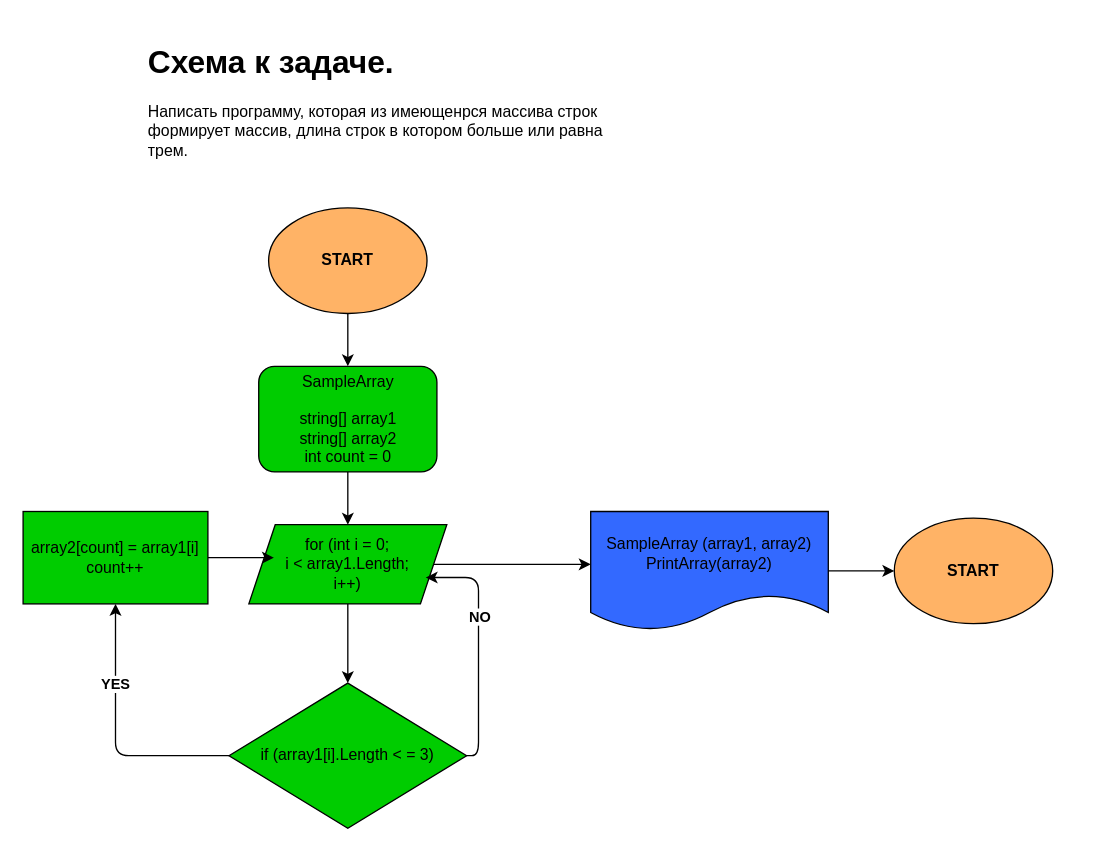
The draw.io diagram task_C#_code/scheme.drawio in cute-sock/Q1_test_EMakarova, before the edit. Source tidied: cells renumbered, new cells numbered last; positions are measured from the earlier drawing's top-left corner, leaving out a move shared by most shapes. Both pictures are drawn from the tidied source at 132%, with x=0, y=0 at pixel (22, 36).
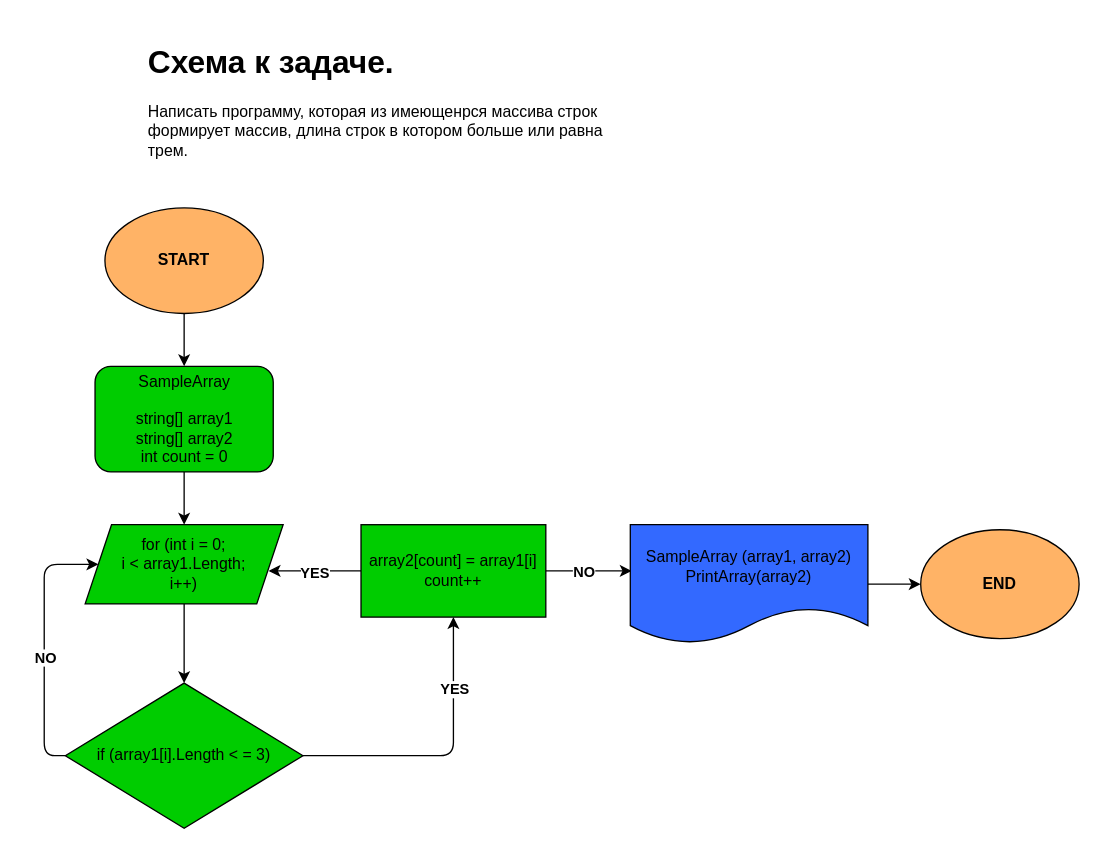
After the change.

Commit message (it also covers changes not shown here):
scheme backing the code - ver.2

The edit, as a diff of the source:
```diff
@@
     <mxCell id="3" style="edgeStyle=none;html=1;exitX=0.5;exitY=1;exitDx=0;exitDy=0;" parent="1" edge="1" source="4">
       <mxGeometry relative="1" as="geometry">
-        <mxPoint x="246" y="250" as="targetPoint" />
+        <mxPoint x="122" y="250" as="targetPoint" />
       </mxGeometry>
     </mxCell>
     <mxCell id="4" value="&lt;b&gt;START&lt;/b&gt;" style="ellipse;whiteSpace=wrap;html=1;fillColor=#FFB366;" parent="1" vertex="1">
-      <mxGeometry x="186" y="130" width="120" height="80" as="geometry" />
+      <mxGeometry x="62" y="130" width="120" height="80" as="geometry" />
     </mxCell>
     <mxCell id="5" style="edgeStyle=none;html=1;exitX=0.5;exitY=1;exitDx=0;exitDy=0;" parent="1" edge="1" source="6">
       <mxGeometry relative="1" as="geometry">
-        <mxPoint x="246" y="370" as="targetPoint" />
+        <mxPoint x="122" y="370" as="targetPoint" />
         <Array as="points">
-          <mxPoint x="246" y="350" />
+          <mxPoint x="122" y="350" />
         </Array>
       </mxGeometry>
     </mxCell>
     <mxCell id="6" value="SampleArray&lt;br&gt;&lt;br&gt;string[] array1&lt;br&gt;string[] array2&lt;br&gt;int count = 0" style="rounded=1;whiteSpace=wrap;html=1;fillColor=#00CC00;" parent="1" vertex="1">
-      <mxGeometry x="178.5" y="250" width="135" height="80" as="geometry" />
+      <mxGeometry x="54.5" y="250" width="135" height="80" as="geometry" />
     </mxCell>
     <mxCell id="7" style="edgeStyle=none;html=1;exitX=0.5;exitY=1;exitDx=0;exitDy=0;" parent="1" edge="1" source="9">
       <mxGeometry relative="1" as="geometry">
-        <mxPoint x="246" y="490" as="targetPoint" />
+        <mxPoint x="122" y="490" as="targetPoint" />
       </mxGeometry>
     </mxCell>
-    <mxCell id="8" style="edgeStyle=none;html=1;exitX=1;exitY=0.5;exitDx=0;exitDy=0;shadow=0;" parent="1" edge="1" source="9">
-      <mxGeometry relative="1" as="geometry">
-        <mxPoint x="430" y="400" as="targetPoint" />
-      </mxGeometry>
-    </mxCell>
     <mxCell id="9" value="for (int i = 0;&lt;br&gt;i &amp;lt; array1.Length;&lt;br&gt;i++)" style="shape=parallelogram;perimeter=parallelogramPerimeter;whiteSpace=wrap;html=1;fixedSize=1;fillColor=#00CC00;" parent="1" vertex="1">
-      <mxGeometry x="171" y="370" width="150" height="60" as="geometry" />
+      <mxGeometry x="47" y="370" width="150" height="60" as="geometry" />
     </mxCell>
-    <mxCell id="10" style="edgeStyle=none;html=1;shadow=0;" parent="1" edge="1">
+    <mxCell id="10" style="edgeStyle=none;html=1;shadow=0;entryX=0;entryY=0.5;entryDx=0;entryDy=0;exitX=0;exitY=0.5;exitDx=0;exitDy=0;" parent="1" edge="1" source="14" target="9">
       <mxGeometry relative="1" as="geometry">
-        <mxPoint x="335" y="545" as="sourcePoint" />
-        <mxPoint x="305" y="410" as="targetPoint" />
         <Array as="points">
-          <mxPoint x="345" y="545" />
-          <mxPoint x="345" y="410" />
+          <mxPoint x="16" y="545" />
+          <mxPoint x="16" y="400" />
         </Array>
       </mxGeometry>
     </mxCell>
     <mxCell id="11" value="&lt;b&gt;NO&lt;/b&gt;" style="edgeLabel;html=1;align=center;verticalAlign=middle;" parent="10" vertex="1">
       <mxGeometry x="0.25" y="-4" relative="1" as="geometry">
-        <mxPoint x="-4" as="offset" />
+        <mxPoint x="-4" y="35" as="offset" />
       </mxGeometry>
     </mxCell>
-    <mxCell id="12" style="edgeStyle=none;html=1;entryX=0.5;entryY=1;entryDx=0;entryDy=0;exitX=0;exitY=0.5;exitDx=0;exitDy=0;" parent="1" edge="1" source="14" target="16">
+    <mxCell id="12" style="edgeStyle=none;html=1;entryX=0.5;entryY=1;entryDx=0;entryDy=0;exitX=1;exitY=0.5;exitDx=0;exitDy=0;" parent="1" edge="1" source="14" target="16">
       <mxGeometry relative="1" as="geometry">
         <Array as="points">
-          <mxPoint x="70" y="545" />
+          <mxPoint x="326" y="545" />
         </Array>
       </mxGeometry>
     </mxCell>
     <mxCell id="13" value="&lt;b&gt;YES&lt;/b&gt;" style="edgeLabel;html=1;align=center;verticalAlign=middle;" parent="12" vertex="1">
       <mxGeometry x="-0.28" y="-2" relative="1" as="geometry">
-        <mxPoint x="-15" y="-53" as="offset" />
+        <mxPoint x="35" y="-53" as="offset" />
       </mxGeometry>
     </mxCell>
     <mxCell id="14" value="if (array1[i].Length &amp;lt; = 3)" style="rhombus;whiteSpace=wrap;html=1;fillColor=#00CC00;" parent="1" vertex="1">
-      <mxGeometry x="156" y="490" width="180" height="110" as="geometry" />
+      <mxGeometry x="32" y="490" width="180" height="110" as="geometry" />
     </mxCell>
-    <mxCell id="15" style="edgeStyle=none;html=1;exitX=1;exitY=0.5;exitDx=0;exitDy=0;shadow=0;" parent="1" edge="1" source="16">
-      <mxGeometry relative="1" as="geometry">
-        <mxPoint x="190" y="395" as="targetPoint" />
-      </mxGeometry>
-    </mxCell>
+    <mxCell id="20" style="edgeStyle=none;html=1;exitX=0;exitY=0.5;exitDx=0;exitDy=0;" parent="1" edge="1" source="16">
+      <mxGeometry relative="1" as="geometry">
+        <mxPoint x="186" y="405" as="targetPoint" />
+      </mxGeometry>
+    </mxCell>
+    <mxCell id="21" style="edgeStyle=none;html=1;exitX=1;exitY=0.5;exitDx=0;exitDy=0;entryX=0.006;entryY=0.389;entryDx=0;entryDy=0;entryPerimeter=0;" parent="1" edge="1" source="16" target="18">
+      <mxGeometry relative="1" as="geometry" />
+    </mxCell>
+    <mxCell id="22" value="&lt;b&gt;NO&lt;/b&gt;" style="edgeLabel;html=1;align=center;verticalAlign=middle;" parent="21" vertex="1">
+      <mxGeometry x="0.42" y="-1" relative="1" as="geometry">
+        <mxPoint x="-17" y="-1" as="offset" />
+      </mxGeometry>
+    </mxCell>
     <mxCell id="16" value="array2[count] = array1[i]&lt;br&gt;count++" style="whiteSpace=wrap;html=1;fillColor=#00CC00;" parent="1" vertex="1">
-      <mxGeometry y="360" width="140" height="70" as="geometry" />
+      <mxGeometry x="256" y="370" width="140" height="70" as="geometry" />
     </mxCell>
-    <mxCell id="17" style="edgeStyle=none;html=1;exitX=1;exitY=0.5;exitDx=0;exitDy=0;shadow=0;" parent="1" edge="1" source="18">
-      <mxGeometry relative="1" as="geometry">
-        <mxPoint x="660" y="405" as="targetPoint" />
-      </mxGeometry>
-    </mxCell>
+    <mxCell id="23" style="edgeStyle=none;html=1;exitX=1;exitY=0.5;exitDx=0;exitDy=0;entryX=0;entryY=0.5;entryDx=0;entryDy=0;" parent="1" edge="1" source="18" target="19">
+      <mxGeometry relative="1" as="geometry" />
+    </mxCell>
     <mxCell id="18" value="SampleArray (array1, array2)&lt;br&gt;PrintArray(array2)" style="shape=document;whiteSpace=wrap;html=1;boundedLbl=1;fillColor=#3369FF;" parent="1" vertex="1">
-      <mxGeometry x="430" y="360" width="180" height="90" as="geometry" />
+      <mxGeometry x="460" y="370" width="180" height="90" as="geometry" />
     </mxCell>
-    <mxCell id="19" value="&lt;b&gt;START&lt;/b&gt;" style="ellipse;whiteSpace=wrap;html=1;fillColor=#FFB366;" parent="1" vertex="1">
-      <mxGeometry x="660" y="365" width="120" height="80" as="geometry" />
+    <mxCell id="19" value="&lt;b&gt;END&lt;/b&gt;" style="ellipse;whiteSpace=wrap;html=1;fillColor=#FFB366;" parent="1" vertex="1">
+      <mxGeometry x="680" y="373.8" width="120" height="82.5" as="geometry" />
     </mxCell>
+    <mxCell id="24" value="&lt;b&gt;YES&lt;/b&gt;" style="edgeLabel;html=1;align=center;verticalAlign=middle;" parent="1" vertex="1">
+      <mxGeometry x="296" y="440" as="geometry">
+        <mxPoint x="-76" y="-34" as="offset" />
+      </mxGeometry>
+    </mxCell>
```
